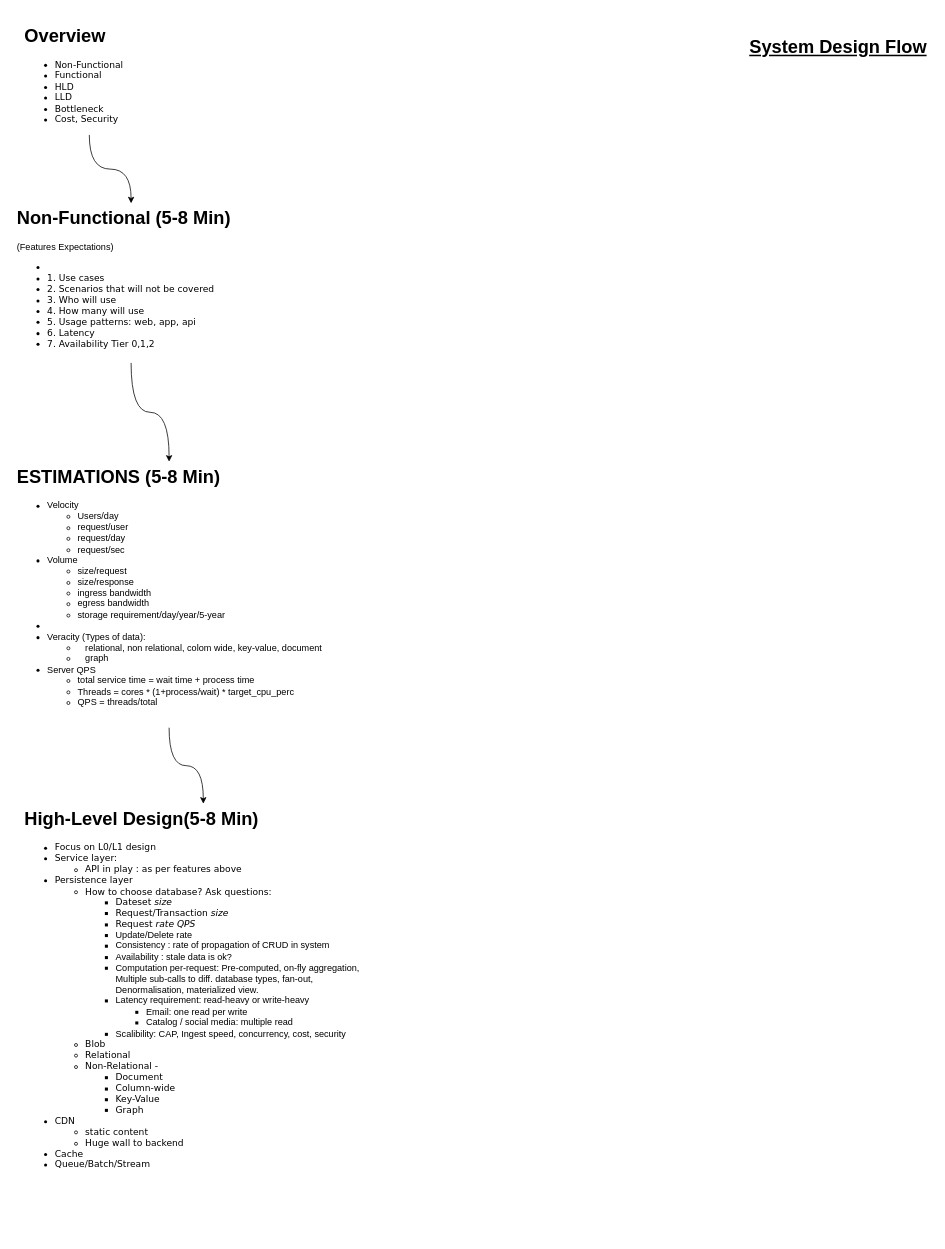
Earlier version of the draw.io diagram SysDiagram.drawio (hemant9899/ReactLearn). Source tidied: cells renumbered, new cells numbered last; positions are measured from the earlier drawing's top-left corner, leaving out a move shared by most shapes. Both pictures are drawn from the tidied source at 76%, with x=0, y=0 at pixel (13, 21).
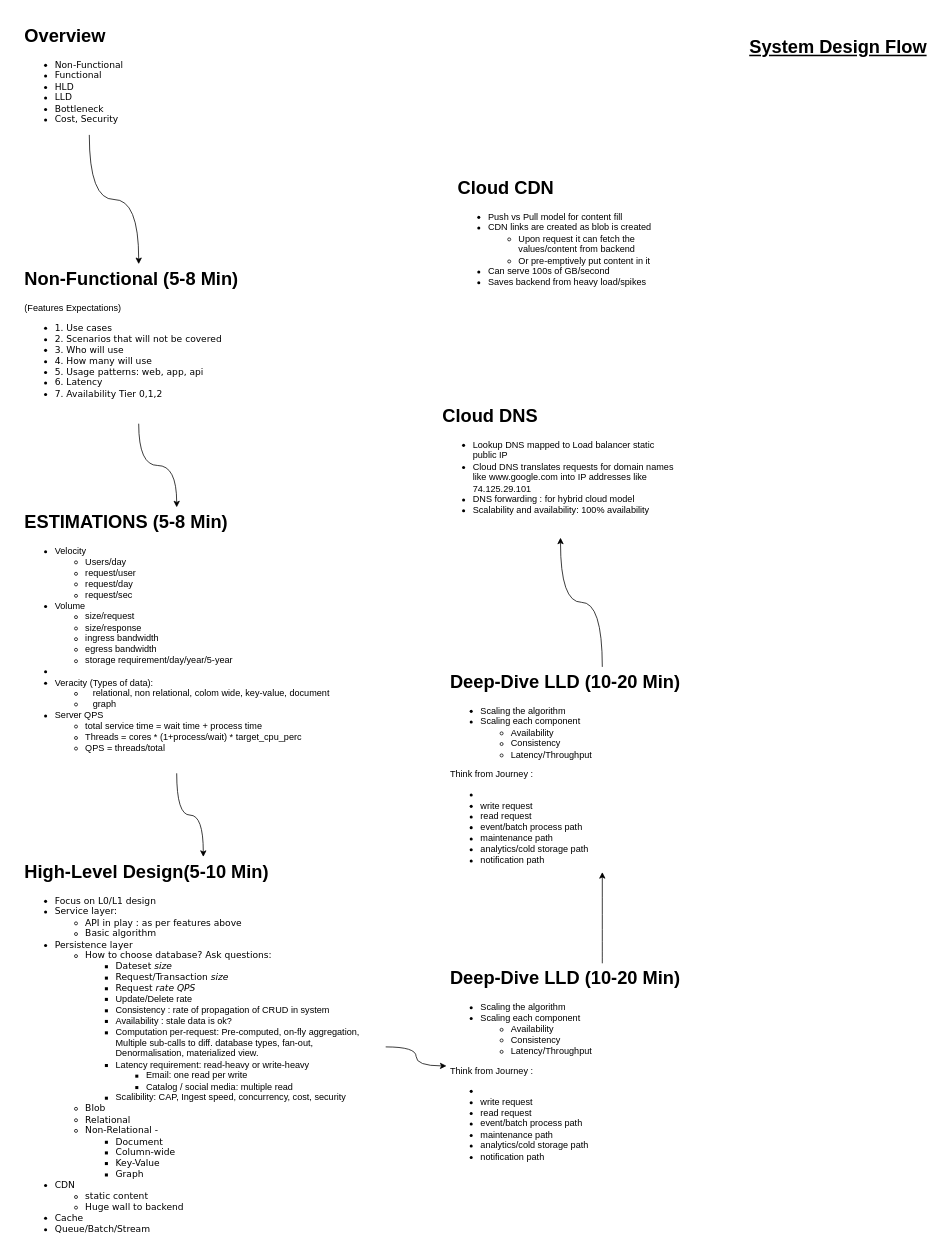
The same diagram, later.

Commit message:
more contenct LLD

Change to the diagram source:
```diff
@@
 <mxGraphModel>
   <root>
     <mxCell id="0" />
     <mxCell id="1" parent="0" />
     <mxCell id="2" value="&lt;h1&gt;&lt;u&gt;System Design Flow&lt;/u&gt;&lt;/h1&gt;" style="text;html=1;align=center;verticalAlign=middle;" parent="1" vertex="1">
       <mxGeometry x="960" y="10" width="250" height="50" as="geometry" />
     </mxCell>
     <mxCell id="3" style="edgeStyle=orthogonalEdgeStyle;jettySize=auto;html=1;curved=1;" parent="1" edge="1" source="4" target="6">
       <mxGeometry relative="1" as="geometry" />
     </mxCell>
     <mxCell id="4" value="&lt;h1&gt;Overview&lt;/h1&gt;&lt;ul&gt;&lt;li&gt;&lt;font face=&quot;Verdana&quot;&gt;Non-Functional&lt;/font&gt;&lt;/li&gt;&lt;li&gt;&lt;font face=&quot;Verdana&quot;&gt;Functional&lt;/font&gt;&lt;/li&gt;&lt;li&gt;&lt;font face=&quot;Verdana&quot;&gt;HLD&lt;/font&gt;&lt;/li&gt;&lt;li&gt;&lt;font face=&quot;Verdana&quot;&gt;LLD&lt;/font&gt;&lt;/li&gt;&lt;li&gt;&lt;font face=&quot;Verdana&quot;&gt;Bottleneck&lt;/font&gt;&lt;/li&gt;&lt;li&gt;&lt;font face=&quot;Verdana&quot;&gt;Cost, Security&lt;/font&gt;&lt;/li&gt;&lt;/ul&gt;" style="text;html=1;strokeColor=none;fillColor=none;spacing=5;spacingTop=-20;whiteSpace=wrap;overflow=hidden;rounded=0;" parent="1" vertex="1">
       <mxGeometry x="10" width="180" height="150" as="geometry" />
     </mxCell>
     <mxCell id="5" style="edgeStyle=orthogonalEdgeStyle;curved=1;jettySize=auto;html=1;entryX=0.5;entryY=0;entryDx=0;entryDy=0;" parent="1" edge="1" source="6" target="8">
       <mxGeometry relative="1" as="geometry" />
     </mxCell>
-    <mxCell id="6" value="&lt;h1&gt;Non-Functional (5-8 Min)&lt;/h1&gt;&lt;div&gt;(Features Expectations)&lt;br&gt;&lt;/div&gt;&lt;ul&gt;&lt;li&gt;&lt;li&gt;&lt;font face=&quot;Verdana&quot;&gt;1. Use cases&lt;/font&gt;&lt;/li&gt;&lt;li&gt;&lt;font face=&quot;Verdana&quot;&gt;2. Scenarios that will not be covered&lt;/font&gt;&lt;/li&gt;&lt;li&gt;&lt;font face=&quot;Verdana&quot;&gt;3. Who will use&lt;/font&gt;&lt;/li&gt;&lt;li&gt;&lt;font face=&quot;Verdana&quot;&gt;4. How many will use&lt;/font&gt;&lt;/li&gt;&lt;li&gt;&lt;font face=&quot;Verdana&quot;&gt;5. Usage patterns: web, app, api&lt;/font&gt;&lt;/li&gt;&lt;li&gt;&lt;font face=&quot;Verdana&quot;&gt;6. Latency&lt;/font&gt;&lt;/li&gt;&lt;li&gt;&lt;font face=&quot;Verdana&quot;&gt;7. Availability&amp;nbsp;Tier 0,1,2&lt;/font&gt;&lt;/li&gt;&lt;/li&gt;&lt;/ul&gt;" style="text;html=1;strokeColor=none;fillColor=none;spacing=5;spacingTop=-20;whiteSpace=wrap;overflow=hidden;rounded=0;" parent="1" vertex="1">
-      <mxGeometry y="240" width="310" height="210" as="geometry" />
+    <mxCell id="6" value="&lt;h1&gt;Non-Functional (5-8 Min)&lt;/h1&gt;&lt;div&gt;(Features Expectations)&lt;/div&gt;&lt;ul&gt;&lt;li&gt;&lt;font face=&quot;Verdana&quot;&gt;1. Use cases&lt;/font&gt;&lt;/li&gt;&lt;li&gt;&lt;font face=&quot;Verdana&quot;&gt;2. Scenarios that will not be covered&lt;/font&gt;&lt;/li&gt;&lt;li&gt;&lt;font face=&quot;Verdana&quot;&gt;3. Who will use&lt;/font&gt;&lt;/li&gt;&lt;li&gt;&lt;font face=&quot;Verdana&quot;&gt;4. How many will use&lt;/font&gt;&lt;/li&gt;&lt;li&gt;&lt;font face=&quot;Verdana&quot;&gt;5. Usage patterns: web, app, api&lt;/font&gt;&lt;/li&gt;&lt;li&gt;&lt;font face=&quot;Verdana&quot;&gt;6. Latency&lt;/font&gt;&lt;/li&gt;&lt;li&gt;&lt;font face=&quot;Verdana&quot;&gt;7. Availability&amp;nbsp;Tier 0,1,2&lt;/font&gt;&lt;/li&gt;&lt;/ul&gt;" style="text;html=1;strokeColor=none;fillColor=none;spacing=5;spacingTop=-20;whiteSpace=wrap;overflow=hidden;rounded=0;" parent="1" vertex="1">
+      <mxGeometry x="10" y="320" width="310" height="210" as="geometry" />
     </mxCell>
     <mxCell id="7" style="edgeStyle=orthogonalEdgeStyle;curved=1;jettySize=auto;html=1;entryX=0.5;entryY=0;entryDx=0;entryDy=0;" parent="1" edge="1" source="8" target="9">
       <mxGeometry relative="1" as="geometry" />
     </mxCell>
     <mxCell id="8" value="&lt;h1&gt;ESTIMATIONS (5-8 Min)&lt;/h1&gt;&lt;ul&gt;&lt;li&gt;&lt;span&gt;Velocity&lt;/span&gt;&lt;br&gt;&lt;/li&gt;&lt;ul&gt;&lt;li&gt;Users/day&lt;/li&gt;&lt;li&gt;request/user&lt;/li&gt;&lt;li&gt;request/day&lt;/li&gt;&lt;li&gt;request/sec&lt;/li&gt;&lt;/ul&gt;&lt;li&gt;Volume&lt;/li&gt;&lt;ul&gt;&lt;li&gt;size/request&lt;/li&gt;&lt;li&gt;size/response&lt;/li&gt;&lt;li&gt;ingress bandwidth&lt;/li&gt;&lt;li&gt;egress bandwidth&lt;/li&gt;&lt;li&gt;storage requirement/day/year/5-year&lt;/li&gt;&lt;/ul&gt;&lt;li&gt;&lt;br&gt;&lt;/li&gt;&lt;li&gt;Veracity (Types of data):&lt;/li&gt;&lt;ul&gt;&lt;li&gt;&amp;nbsp; &amp;nbsp;relational, non relational, colom wide, key-value, document&lt;/li&gt;&lt;li&gt;&amp;nbsp; &amp;nbsp;graph&lt;/li&gt;&lt;/ul&gt;&lt;li&gt;Server QPS&lt;/li&gt;&lt;ul&gt;&lt;li&gt;total service time = wait time + process time&lt;/li&gt;&lt;li&gt;Threads = cores * (1+process/wait) * target_cpu_perc&lt;/li&gt;&lt;li&gt;QPS = threads/total&lt;/li&gt;&lt;/ul&gt;&lt;/ul&gt;" style="text;html=1;strokeColor=none;fillColor=none;spacing=5;spacingTop=-20;whiteSpace=wrap;overflow=hidden;rounded=0;" parent="1" vertex="1">
-      <mxGeometry y="580" width="410" height="350" as="geometry" />
+      <mxGeometry x="10" y="640" width="410" height="350" as="geometry" />
     </mxCell>
+    <mxCell id="10" style="edgeStyle=orthogonalEdgeStyle;curved=1;jettySize=auto;html=1;entryX=0;entryY=0.5;entryDx=0;entryDy=0;" parent="1" edge="1" source="9" target="12">
+      <mxGeometry relative="1" as="geometry" />
+    </mxCell>
-    <mxCell id="9" value="&lt;h1&gt;High-Level Design(5-8 Min)&lt;/h1&gt;&lt;ul&gt;&lt;li&gt;&lt;font face=&quot;Verdana&quot;&gt;Focus on L0/L1 design&lt;/font&gt;&lt;/li&gt;&lt;li&gt;&lt;font face=&quot;Verdana&quot;&gt;Service layer:&lt;/font&gt;&lt;/li&gt;&lt;ul&gt;&lt;li&gt;&lt;font face=&quot;Verdana&quot;&gt;API in play : as per features above&lt;/font&gt;&lt;/li&gt;&lt;/ul&gt;&lt;li&gt;&lt;font face=&quot;Verdana&quot;&gt;Persistence layer&amp;nbsp;&lt;/font&gt;&lt;/li&gt;&lt;ul&gt;&lt;li&gt;&lt;font face=&quot;Verdana&quot;&gt;How to choose database? Ask questions:&lt;/font&gt;&lt;/li&gt;&lt;ul&gt;&lt;li&gt;&lt;font face=&quot;Verdana&quot;&gt;Dateset&amp;nbsp;&lt;i&gt;size&lt;/i&gt;&lt;/font&gt;&lt;/li&gt;&lt;li&gt;&lt;font face=&quot;Verdana&quot;&gt;Request/Transaction&amp;nbsp;&lt;i&gt;size&lt;/i&gt;&lt;/font&gt;&lt;/li&gt;&lt;li&gt;&lt;font face=&quot;Verdana&quot;&gt;Request &lt;i&gt;rate QPS&lt;/i&gt;&lt;/font&gt;&lt;/li&gt;&lt;li&gt;&lt;span&gt;Update/Delete rate&lt;/span&gt;&lt;br&gt;&lt;/li&gt;&lt;li&gt;Consistency : rate of propagation of CRUD in system&lt;/li&gt;&lt;li&gt;Availability : stale data is ok?&lt;/li&gt;&lt;li&gt;Computation per-request: Pre-computed, on-fly aggregation, Multiple sub-calls to diff. database types, fan-out, Denormalisation, materialized view.&lt;/li&gt;&lt;li&gt;Latency requirement: read-heavy or write-heavy&lt;/li&gt;&lt;ul&gt;&lt;li&gt;Email: one read per write&lt;/li&gt;&lt;li&gt;Catalog / social media: multiple read&lt;/li&gt;&lt;/ul&gt;&lt;li&gt;Scalibility: CAP, Ingest speed, concurrency, cost, security&lt;/li&gt;&lt;/ul&gt;&lt;li&gt;&lt;font face=&quot;Verdana&quot;&gt;Blob&lt;/font&gt;&lt;/li&gt;&lt;li&gt;&lt;font face=&quot;Verdana&quot;&gt;Relational&lt;/font&gt;&lt;/li&gt;&lt;li&gt;&lt;font face=&quot;Verdana&quot;&gt;Non-Relational&amp;nbsp;-&amp;nbsp;&lt;/font&gt;&lt;/li&gt;&lt;ul&gt;&lt;li&gt;&lt;font face=&quot;Verdana&quot;&gt;Document&amp;nbsp;&lt;/font&gt;&lt;/li&gt;&lt;li&gt;&lt;font face=&quot;Verdana&quot;&gt;Column-wide&amp;nbsp;&lt;/font&gt;&lt;/li&gt;&lt;li&gt;&lt;font face=&quot;Verdana&quot;&gt;Key-Value&amp;nbsp;&lt;/font&gt;&lt;/li&gt;&lt;li&gt;&lt;font face=&quot;Verdana&quot;&gt;Graph&amp;nbsp;&lt;/font&gt;&lt;/li&gt;&lt;/ul&gt;&lt;/ul&gt;&lt;li&gt;&lt;font face=&quot;Verdana&quot;&gt;CDN&lt;/font&gt;&lt;/li&gt;&lt;ul&gt;&lt;li&gt;&lt;font face=&quot;Verdana&quot;&gt;static content&lt;/font&gt;&lt;/li&gt;&lt;li&gt;&lt;font face=&quot;Verdana&quot;&gt;Huge wall to backend&lt;/font&gt;&lt;/li&gt;&lt;/ul&gt;&lt;li&gt;&lt;font face=&quot;Verdana&quot;&gt;Cache&lt;/font&gt;&lt;/li&gt;&lt;li&gt;&lt;font face=&quot;Verdana&quot;&gt;Queue/Batch/Stream&lt;/font&gt;&lt;/li&gt;&lt;/ul&gt;" style="text;html=1;strokeColor=none;fillColor=none;spacing=5;spacingTop=-20;whiteSpace=wrap;overflow=hidden;rounded=0;" parent="1" vertex="1">
-      <mxGeometry x="10" y="1030" width="480" height="500" as="geometry" />
+    <mxCell id="9" value="&lt;h1&gt;High-Level Design(5-10 Min)&lt;/h1&gt;&lt;ul&gt;&lt;li&gt;&lt;font face=&quot;Verdana&quot;&gt;Focus on L0/L1 design&lt;/font&gt;&lt;/li&gt;&lt;li&gt;&lt;font face=&quot;Verdana&quot;&gt;Service layer:&lt;/font&gt;&lt;/li&gt;&lt;ul&gt;&lt;li&gt;&lt;font face=&quot;Verdana&quot;&gt;API in play : as per features above&lt;/font&gt;&lt;/li&gt;&lt;li&gt;&lt;font face=&quot;Verdana&quot;&gt;Basic algorithm&lt;/font&gt;&lt;/li&gt;&lt;/ul&gt;&lt;li&gt;&lt;font face=&quot;Verdana&quot;&gt;Persistence layer&amp;nbsp;&lt;/font&gt;&lt;/li&gt;&lt;ul&gt;&lt;li&gt;&lt;font face=&quot;Verdana&quot;&gt;How to choose database? Ask questions:&lt;/font&gt;&lt;/li&gt;&lt;ul&gt;&lt;li&gt;&lt;font face=&quot;Verdana&quot;&gt;Dateset&amp;nbsp;&lt;i&gt;size&lt;/i&gt;&lt;/font&gt;&lt;/li&gt;&lt;li&gt;&lt;font face=&quot;Verdana&quot;&gt;Request/Transaction&amp;nbsp;&lt;i&gt;size&lt;/i&gt;&lt;/font&gt;&lt;/li&gt;&lt;li&gt;&lt;font face=&quot;Verdana&quot;&gt;Request &lt;i&gt;rate QPS&lt;/i&gt;&lt;/font&gt;&lt;/li&gt;&lt;li&gt;&lt;span&gt;Update/Delete rate&lt;/span&gt;&lt;br&gt;&lt;/li&gt;&lt;li&gt;Consistency : rate of propagation of CRUD in system&lt;/li&gt;&lt;li&gt;Availability : stale data is ok?&lt;/li&gt;&lt;li&gt;Computation per-request: Pre-computed, on-fly aggregation, Multiple sub-calls to diff. database types, fan-out, Denormalisation, materialized view.&lt;/li&gt;&lt;li&gt;Latency requirement: read-heavy or write-heavy&lt;/li&gt;&lt;ul&gt;&lt;li&gt;Email: one read per write&lt;/li&gt;&lt;li&gt;Catalog / social media: multiple read&lt;/li&gt;&lt;/ul&gt;&lt;li&gt;Scalibility: CAP, Ingest speed, concurrency, cost, security&lt;/li&gt;&lt;/ul&gt;&lt;li&gt;&lt;font face=&quot;Verdana&quot;&gt;Blob&lt;/font&gt;&lt;/li&gt;&lt;li&gt;&lt;font face=&quot;Verdana&quot;&gt;Relational&lt;/font&gt;&lt;/li&gt;&lt;li&gt;&lt;font face=&quot;Verdana&quot;&gt;Non-Relational&amp;nbsp;-&amp;nbsp;&lt;/font&gt;&lt;/li&gt;&lt;ul&gt;&lt;li&gt;&lt;font face=&quot;Verdana&quot;&gt;Document&amp;nbsp;&lt;/font&gt;&lt;/li&gt;&lt;li&gt;&lt;font face=&quot;Verdana&quot;&gt;Column-wide&amp;nbsp;&lt;/font&gt;&lt;/li&gt;&lt;li&gt;&lt;font face=&quot;Verdana&quot;&gt;Key-Value&amp;nbsp;&lt;/font&gt;&lt;/li&gt;&lt;li&gt;&lt;font face=&quot;Verdana&quot;&gt;Graph&amp;nbsp;&lt;/font&gt;&lt;/li&gt;&lt;/ul&gt;&lt;/ul&gt;&lt;li&gt;&lt;font face=&quot;Verdana&quot;&gt;CDN&lt;/font&gt;&lt;/li&gt;&lt;ul&gt;&lt;li&gt;&lt;font face=&quot;Verdana&quot;&gt;static content&lt;/font&gt;&lt;/li&gt;&lt;li&gt;&lt;font face=&quot;Verdana&quot;&gt;Huge wall to backend&lt;/font&gt;&lt;/li&gt;&lt;/ul&gt;&lt;li&gt;&lt;font face=&quot;Verdana&quot;&gt;Cache&lt;/font&gt;&lt;/li&gt;&lt;li&gt;&lt;font face=&quot;Verdana&quot;&gt;Queue/Batch/Stream&lt;/font&gt;&lt;/li&gt;&lt;/ul&gt;" style="text;html=1;strokeColor=none;fillColor=none;spacing=5;spacingTop=-20;whiteSpace=wrap;overflow=hidden;rounded=0;" parent="1" vertex="1">
+      <mxGeometry x="10" y="1100" width="480" height="500" as="geometry" />
     </mxCell>
+    <mxCell id="11" style="edgeStyle=orthogonalEdgeStyle;curved=1;jettySize=auto;html=1;" parent="1" edge="1" source="12" target="14">
+      <mxGeometry relative="1" as="geometry" />
+    </mxCell>
+    <mxCell id="12" value="&lt;h1&gt;Deep-Dive LLD (10-20 Min)&lt;/h1&gt;&lt;ul&gt;&lt;li&gt;Scaling the algorithm&lt;/li&gt;&lt;li&gt;Scaling each component&lt;/li&gt;&lt;ul&gt;&lt;li&gt;Availability&lt;/li&gt;&lt;li&gt;Consistency&lt;/li&gt;&lt;li&gt;Latency/Throughput&lt;/li&gt;&lt;/ul&gt;&lt;/ul&gt;Think from Journey :&lt;br&gt;&lt;ul&gt;&lt;li&gt;&lt;li&gt;write request&lt;/li&gt;&lt;li&gt;read request&lt;/li&gt;&lt;li&gt;event/batch process path&lt;br&gt;&lt;/li&gt;&lt;li&gt;maintenance path&lt;/li&gt;&lt;li&gt;analytics/cold storage path&lt;/li&gt;&lt;li&gt;notification path&lt;br&gt;&lt;/li&gt;&lt;/li&gt;&lt;/ul&gt;" style="text;html=1;strokeColor=none;fillColor=none;spacing=5;spacingTop=-20;whiteSpace=wrap;overflow=hidden;rounded=0;" parent="1" vertex="1">
+      <mxGeometry x="570" y="1240" width="410" height="270" as="geometry" />
+    </mxCell>
+    <mxCell id="13" style="edgeStyle=orthogonalEdgeStyle;curved=1;jettySize=auto;html=1;" parent="1" edge="1" source="14" target="15">
+      <mxGeometry relative="1" as="geometry" />
+    </mxCell>
+    <mxCell id="14" value="&lt;h1&gt;Deep-Dive LLD (10-20 Min)&lt;/h1&gt;&lt;ul&gt;&lt;li&gt;Scaling the algorithm&lt;/li&gt;&lt;li&gt;Scaling each component&lt;/li&gt;&lt;ul&gt;&lt;li&gt;Availability&lt;/li&gt;&lt;li&gt;Consistency&lt;/li&gt;&lt;li&gt;Latency/Throughput&lt;/li&gt;&lt;/ul&gt;&lt;/ul&gt;Think from Journey :&lt;br&gt;&lt;ul&gt;&lt;li&gt;&lt;li&gt;write request&lt;/li&gt;&lt;li&gt;read request&lt;/li&gt;&lt;li&gt;event/batch process path&lt;br&gt;&lt;/li&gt;&lt;li&gt;maintenance path&lt;/li&gt;&lt;li&gt;analytics/cold storage path&lt;/li&gt;&lt;li&gt;notification path&lt;br&gt;&lt;/li&gt;&lt;/li&gt;&lt;/ul&gt;" style="text;html=1;strokeColor=none;fillColor=none;spacing=5;spacingTop=-20;whiteSpace=wrap;overflow=hidden;rounded=0;" parent="1" vertex="1">
+      <mxGeometry x="570" y="850" width="410" height="270" as="geometry" />
+    </mxCell>
+    <mxCell id="15" value="&lt;h1&gt;Cloud DNS&lt;/h1&gt;&lt;p&gt;&lt;/p&gt;&lt;ul&gt;&lt;li&gt;Lookup DNS mapped to Load balancer static public IP&lt;/li&gt;&lt;li&gt;Cloud DNS translates requests for domain names like www.google.com into IP addresses like 74.125.29.101&lt;br&gt;&lt;/li&gt;&lt;li&gt;DNS forwarding : for hybrid cloud model&lt;br&gt;&lt;/li&gt;&lt;li&gt;Scalability and availability: 100% availability&lt;/li&gt;&lt;/ul&gt;&lt;p&gt;&lt;/p&gt;" style="text;html=1;strokeColor=none;fillColor=none;spacing=5;spacingTop=-20;whiteSpace=wrap;overflow=hidden;rounded=0;" parent="1" vertex="1">
+      <mxGeometry x="560" y="500" width="320" height="180" as="geometry" />
+    </mxCell>
+    <mxCell id="16" value="&lt;h1&gt;Cloud CDN&lt;/h1&gt;&lt;p&gt;&lt;/p&gt;&lt;ul&gt;&lt;li&gt;Push vs Pull model for content fill&lt;/li&gt;&lt;li&gt;CDN links are created as blob is created&lt;/li&gt;&lt;ul&gt;&lt;li&gt;Upon request it can fetch the values/content from backend&lt;/li&gt;&lt;li&gt;Or pre-emptively put content in it&lt;/li&gt;&lt;/ul&gt;&lt;li&gt;Can serve 100s of GB/second&lt;/li&gt;&lt;li&gt;Saves backend from heavy load/spikes&amp;nbsp;&lt;/li&gt;&lt;/ul&gt;&lt;p&gt;&lt;/p&gt;" style="text;html=1;strokeColor=none;fillColor=none;spacing=5;spacingTop=-20;whiteSpace=wrap;overflow=hidden;rounded=0;" parent="1" vertex="1">
+      <mxGeometry x="580" y="200" width="320" height="180" as="geometry" />
+    </mxCell>
   </root>
 </mxGraphModel>
```
